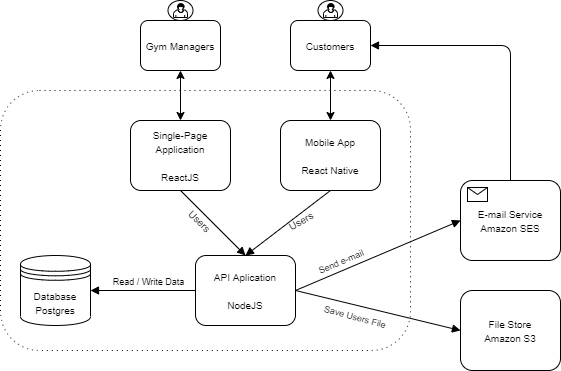
This is GymPoint Arch.png from kielkow/GymPoint-Back-End-2.0, a draw.io export, as it was before one commit. Source tidied: cells renumbered, new cells last; positions are measured from the earlier drawing's top-left corner, leaving out a move shared by most shapes.
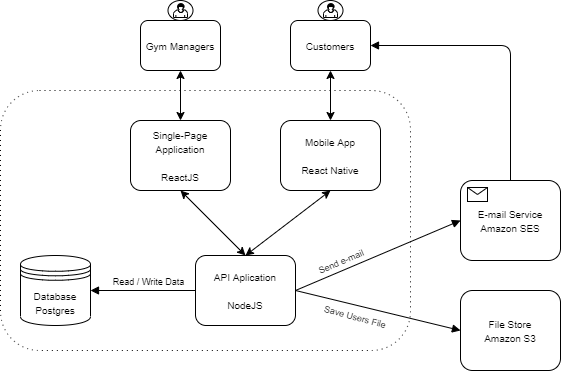
After the change.

What changed in the source:
```diff
@@ -46,18 +46,6 @@
     <mxCell id="15" value="&lt;font style=&quot;font-size: 10px&quot;&gt;Mobile App&lt;br&gt;&lt;br&gt;React Native&lt;/font&gt;" style="shape=ext;rounded=1;html=1;whiteSpace=wrap;" parent="1" vertex="1">
       <mxGeometry x="280" y="120" width="100" height="70" as="geometry" />
     </mxCell>
-    <mxCell id="16" style="endArrow=block;endFill=1;endSize=6;html=1;exitX=0.5;exitY=1;exitDx=0;exitDy=0;entryX=0.5;entryY=0;entryDx=0;entryDy=0;" parent="1" edge="1" source="14" target="7">
-      <mxGeometry relative="1" as="geometry" />
-    </mxCell>
-    <mxCell id="17" style="endArrow=block;endFill=1;endSize=6;html=1;entryX=0.5;entryY=0;entryDx=0;entryDy=0;exitX=0.5;exitY=1;exitDx=0;exitDy=0;" parent="1" edge="1" source="15" target="7">
-      <mxGeometry relative="1" as="geometry" />
-    </mxCell>
-    <mxCell id="18" value="&lt;font size=&quot;1&quot;&gt;Users&lt;/font&gt;" style="text;html=1;align=center;verticalAlign=middle;fillColor=none;strokeColor=none;rounded=0;rotation=45;" parent="1" vertex="1">
-      <mxGeometry x="180" y="210" width="40" height="20" as="geometry" />
-    </mxCell>
-    <mxCell id="19" value="&lt;font size=&quot;1&quot;&gt;Users&lt;/font&gt;" style="text;html=1;align=center;verticalAlign=middle;fillColor=none;strokeColor=none;rounded=0;rotation=-30;" parent="1" vertex="1">
-      <mxGeometry x="280" y="210" width="40" height="20" as="geometry" />
-    </mxCell>
     <mxCell id="20" style="shape=mxgraph.bpmn.shape;html=1;verticalLabelPosition=bottom;labelBackgroundColor=#ffffff;verticalAlign=top;align=center;perimeter=ellipsePerimeter;outline=standard;symbol=general;" parent="1" vertex="1">
       <mxGeometry x="167.5" width="25" height="20" as="geometry" />
     </mxCell>
@@ -89,5 +77,11 @@
     <mxCell id="28" style="endArrow=classic;startArrow=classic;html=1;exitX=0.5;exitY=0;exitDx=0;exitDy=0;entryX=0.5;entryY=1;entryDx=0;entryDy=0;" parent="1" edge="1" source="15" target="23">
       <mxGeometry relative="1" as="geometry" />
     </mxCell>
+    <mxCell id="29" style="endArrow=classic;startArrow=classic;html=1;exitX=0.5;exitY=0;exitDx=0;exitDy=0;entryX=0.5;entryY=1;entryDx=0;entryDy=0;" parent="1" edge="1" source="7" target="15">
+      <mxGeometry relative="1" as="geometry" />
+    </mxCell>
+    <mxCell id="30" style="endArrow=classic;startArrow=classic;html=1;exitX=0.5;exitY=0;exitDx=0;exitDy=0;entryX=0.5;entryY=1;entryDx=0;entryDy=0;" parent="1" edge="1" source="7" target="14">
+      <mxGeometry relative="1" as="geometry" />
+    </mxCell>
   </root>
 </mxGraphModel>
```
